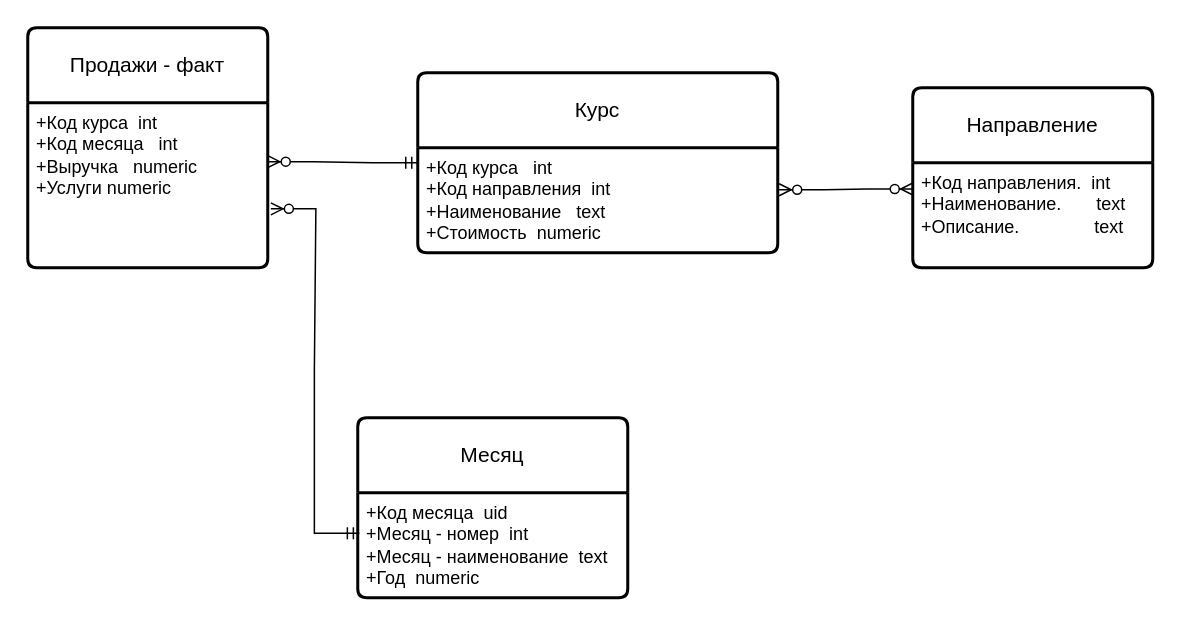
The draw.io diagram components/Final - datamart layer.drawio in vgnevyshev/dwh, before the edit. Source tidied: cells renumbered, new cells numbered last; positions are measured from the earlier drawing's top-left corner, leaving out a move shared by most shapes. Both pictures are drawn from the tidied source at 150%, with x=0, y=0 at pixel (27, 27).
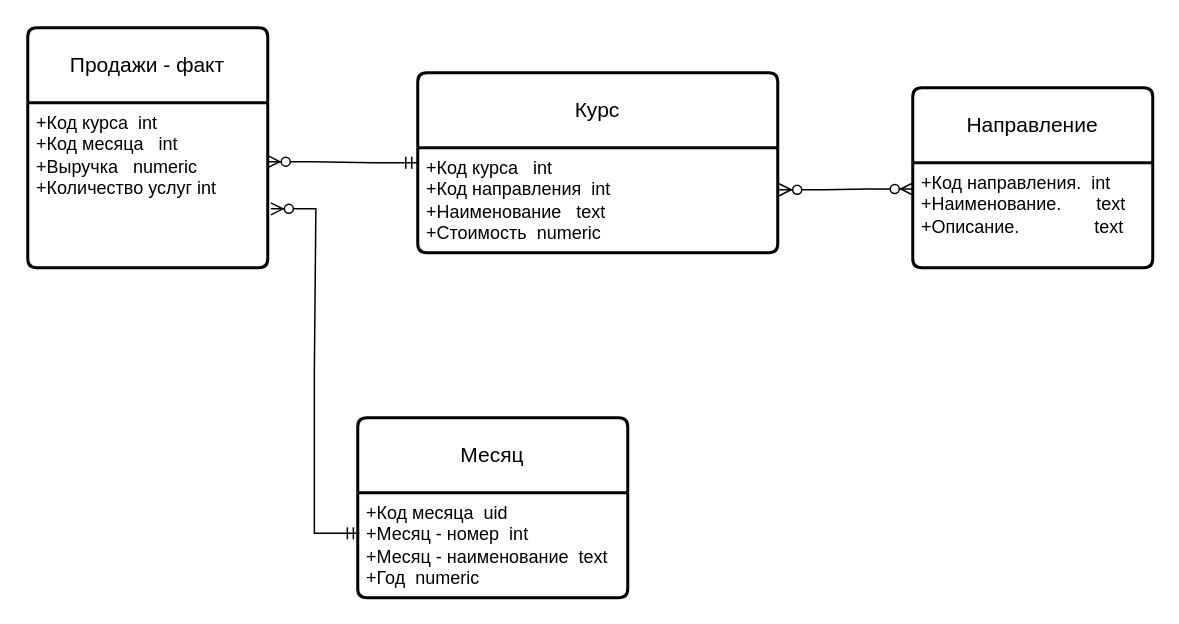
After the change.

What changed in the source:
```diff
@@
 <mxGraphModel>
   <root>
     <mxCell id="0" />
     <mxCell id="1" parent="0" />
     <mxCell id="2" value="Продажи - факт" style="swimlane;horizontal=1;startSize=50;rounded=1;fontSize=14;fontStyle=0;strokeWidth=2;shadow=0;dashed=0;align=center;arcSize=4;whiteSpace=wrap;html=1;" parent="1" vertex="1">
       <mxGeometry width="160" height="160" as="geometry" />
     </mxCell>
-    <mxCell id="3" value="+Код курса&amp;nbsp; int&lt;br&gt;+Код месяца&amp;nbsp; &amp;nbsp;int&lt;br&gt;+Выручка&amp;nbsp; &amp;nbsp;numeric&lt;br&gt;+Услуги numeric" style="align=left;strokeColor=none;fillColor=none;spacingLeft=4;fontSize=12;verticalAlign=top;html=1;" parent="2" vertex="1">
+    <mxCell id="3" value="+Код курса&amp;nbsp; int&lt;br&gt;+Код месяца&amp;nbsp; &amp;nbsp;int&lt;br&gt;+Выручка&amp;nbsp; &amp;nbsp;numeric&lt;br&gt;+Количество услуг int" style="align=left;strokeColor=none;fillColor=none;spacingLeft=4;fontSize=12;verticalAlign=top;html=1;" parent="2" vertex="1">
       <mxGeometry y="50" width="160" height="110" as="geometry" />
     </mxCell>
     <mxCell id="4" value="Курс" style="swimlane;horizontal=1;startSize=50;rounded=1;fontSize=14;fontStyle=0;strokeWidth=2;shadow=0;dashed=0;align=center;arcSize=4;whiteSpace=wrap;html=1;" parent="1" vertex="1">
       <mxGeometry x="260" y="30" width="240" height="120" as="geometry" />
     </mxCell>
     <mxCell id="5" value="+Код курса&amp;nbsp; &amp;nbsp;int&lt;br&gt;+Код направления&amp;nbsp; int&lt;br&gt;+Наименование&amp;nbsp; &amp;nbsp;text&lt;br&gt;+Стоимость&amp;nbsp; numeric" style="align=left;strokeColor=none;fillColor=none;spacingLeft=4;fontSize=12;verticalAlign=top;html=1;" parent="4" vertex="1">
       <mxGeometry y="50" width="240" height="70" as="geometry" />
     </mxCell>
     <mxCell id="6" value="Месяц" style="swimlane;horizontal=1;startSize=50;rounded=1;fontSize=14;fontStyle=0;strokeWidth=2;shadow=0;dashed=0;align=center;arcSize=4;whiteSpace=wrap;html=1;" parent="1" vertex="1">
       <mxGeometry x="220" y="260" width="180" height="120" as="geometry" />
     </mxCell>
     <mxCell id="7" value="+Код месяца&amp;nbsp; uid&lt;br&gt;+Месяц - номер&amp;nbsp; int&lt;br&gt;+Месяц - наименование&amp;nbsp; text&lt;br&gt;+Год&amp;nbsp; numeric" style="align=left;strokeColor=none;fillColor=none;spacingLeft=4;fontSize=12;verticalAlign=top;html=1;" parent="6" vertex="1">
       <mxGeometry y="50" width="180" height="70" as="geometry" />
     </mxCell>
     <mxCell id="8" value="Направление" style="swimlane;horizontal=1;startSize=50;rounded=1;fontSize=14;fontStyle=0;strokeWidth=2;shadow=0;dashed=0;align=center;arcSize=4;whiteSpace=wrap;html=1;" parent="1" vertex="1">
       <mxGeometry x="590" y="40" width="160" height="120" as="geometry" />
     </mxCell>
     <mxCell id="9" value="+Код направления.&amp;nbsp; int&lt;br&gt;+Наименование.&amp;nbsp; &amp;nbsp; &amp;nbsp; &amp;nbsp;text&lt;br&gt;+Описание.&amp;nbsp; &amp;nbsp; &amp;nbsp; &amp;nbsp; &amp;nbsp; &amp;nbsp; &amp;nbsp; &amp;nbsp;text" style="align=left;strokeColor=none;fillColor=none;spacingLeft=4;fontSize=12;verticalAlign=top;html=1;" parent="8" vertex="1">
       <mxGeometry y="50" width="160" height="70" as="geometry" />
     </mxCell>
     <mxCell id="10" style="edgeStyle=entityRelationEdgeStyle;fontSize=12;html=1;endArrow=ERzeroToMany;startArrow=ERmandOne;rounded=0;entryX=1;entryY=0.357;entryDx=0;entryDy=0;entryPerimeter=0;exitX=0;exitY=0.5;exitDx=0;exitDy=0;" parent="1" edge="1" source="4" target="3">
       <mxGeometry relative="1" as="geometry" />
     </mxCell>
     <mxCell id="11" style="edgeStyle=entityRelationEdgeStyle;fontSize=12;html=1;endArrow=ERzeroToMany;startArrow=ERmandOne;rounded=0;exitX=0.006;exitY=0.386;exitDx=0;exitDy=0;exitPerimeter=0;entryX=1.013;entryY=0.643;entryDx=0;entryDy=0;entryPerimeter=0;" parent="1" edge="1" source="7" target="3">
       <mxGeometry relative="1" as="geometry" />
     </mxCell>
     <mxCell id="12" style="edgeStyle=entityRelationEdgeStyle;fontSize=12;html=1;endArrow=ERzeroToMany;endFill=1;startArrow=ERzeroToMany;rounded=0;entryX=0;entryY=0.25;entryDx=0;entryDy=0;exitX=1.004;exitY=0.4;exitDx=0;exitDy=0;exitPerimeter=0;" parent="1" edge="1" source="5" target="9">
       <mxGeometry relative="1" as="geometry" />
     </mxCell>
   </root>
 </mxGraphModel>
```
